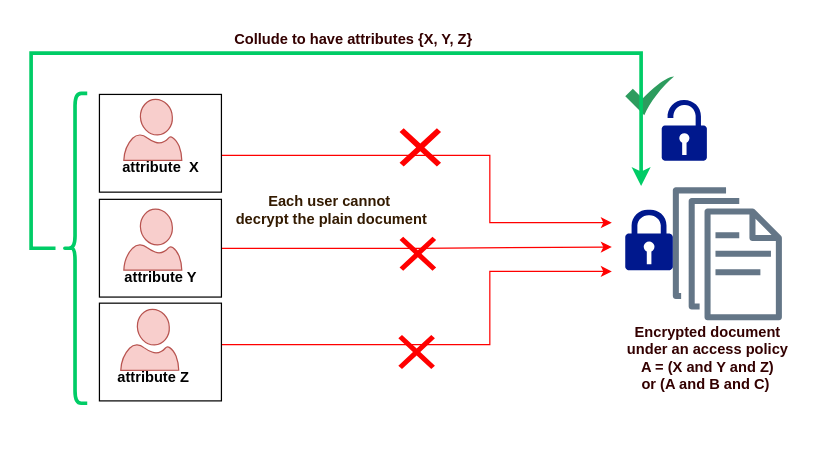
huyle84/diagrams keeps this draw.io diagram as AttackABE.drawio. Above is the earlier version. Source tidied: cells renumbered, new cells numbered last; positions are measured from the earlier drawing's top-left corner, leaving out a move shared by most shapes. Both pictures are drawn from the tidied source at 122%, with x=0, y=0 at pixel (30, 21).
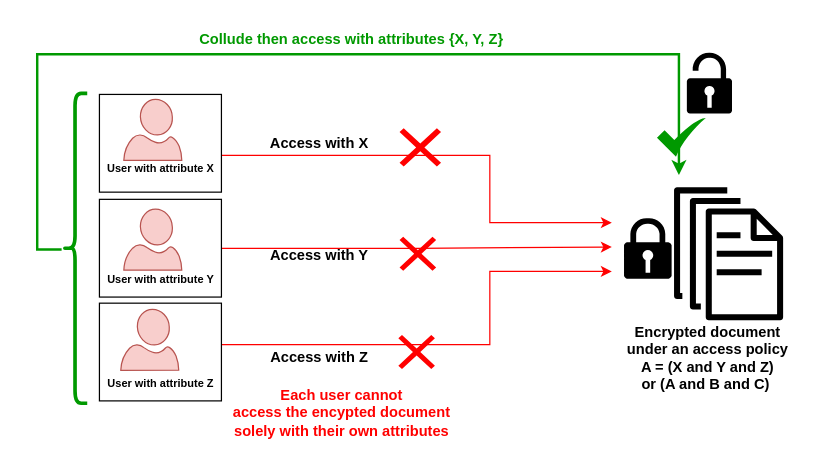
The same diagram, later.

Change to the diagram source:
```diff
@@
-    <mxCell id="11" style="sketch=0;dashed=0;verticalLabelPosition=bottom;verticalAlign=top;align=center;html=1;fontSize=12;fontStyle=0;shape=mxgraph.aws4.documents;fillColor=#647687;strokeColor=#314354;fontColor=#ffffff;" parent="1" vertex="1">
-      <mxGeometry x="526" y="136" width="89.4" height="109" as="geometry" />
+    <mxCell id="11" style="sketch=0;dashed=0;verticalLabelPosition=bottom;verticalAlign=top;align=center;html=1;fontSize=12;fontStyle=0;shape=mxgraph.aws4.documents;fillColor=#000000;strokeColor=#330000;fontColor=#ffffff;" parent="1" vertex="1">
+      <mxGeometry x="527" y="136" width="89.4" height="109" as="geometry" />
     </mxCell>
-    <mxCell id="12" value="&lt;b&gt;&lt;font style=&quot;color: rgb(51, 0, 0);&quot;&gt;Encrypted document&amp;nbsp;&lt;/font&gt;&lt;/b&gt;&lt;div&gt;&lt;b&gt;&lt;font style=&quot;color: rgb(51, 0, 0);&quot;&gt;under an access policy&amp;nbsp;&lt;/font&gt;&lt;/b&gt;&lt;div&gt;&lt;b&gt;&lt;font style=&quot;color: rgb(51, 0, 0);&quot;&gt;A = (X and Y and Z)&amp;nbsp;&lt;/font&gt;&lt;/b&gt;&lt;/div&gt;&lt;div&gt;&lt;b&gt;&lt;font style=&quot;color: rgb(51, 0, 0);&quot;&gt;or (A and B and C) &amp;nbsp;&lt;/font&gt;&lt;/b&gt;&lt;/div&gt;&lt;/div&gt;" style="text;html=1;align=center;verticalAlign=middle;strokeColor=none;fillColor=none;" parent="1" vertex="1">
+    <mxCell id="12" value="&lt;b&gt;&lt;font style=&quot;color: rgb(0, 0, 0);&quot;&gt;Encrypted document&amp;nbsp;&lt;/font&gt;&lt;/b&gt;&lt;div&gt;&lt;b&gt;&lt;font style=&quot;color: rgb(0, 0, 0);&quot;&gt;under an access policy&amp;nbsp;&lt;/font&gt;&lt;/b&gt;&lt;div&gt;&lt;b&gt;&lt;font style=&quot;color: rgb(0, 0, 0);&quot;&gt;A = (X and Y and Z)&amp;nbsp;&lt;/font&gt;&lt;/b&gt;&lt;/div&gt;&lt;div&gt;&lt;b&gt;&lt;font style=&quot;color: rgb(0, 0, 0);&quot;&gt;or (A and B and C) &amp;nbsp;&lt;/font&gt;&lt;/b&gt;&lt;/div&gt;&lt;/div&gt;" style="text;html=1;align=center;verticalAlign=middle;strokeColor=none;fillColor=none;" parent="1" vertex="1">
       <mxGeometry x="476" y="241.1" width="160" height="70" as="geometry" />
     </mxCell>
-    <mxCell id="13" value="attribute &amp;nbsp;X" style="text;html=1;align=center;verticalAlign=middle;strokeColor=none;fillColor=none;fontStyle=1;" parent="1" vertex="1">
-      <mxGeometry x="66" y="105" width="80" height="30" as="geometry" />
+    <mxCell id="13" value="&lt;span style=&quot;color: rgb(0, 0, 0);&quot;&gt;&lt;font style=&quot;font-size: 9px;&quot;&gt;User with attribute&amp;nbsp;&lt;/font&gt;&lt;span style=&quot;font-size: 9px;&quot;&gt;X&lt;/span&gt;&lt;/span&gt;" style="text;html=1;align=center;verticalAlign=middle;strokeColor=none;fillColor=none;fontStyle=1;" parent="1" vertex="1">
+      <mxGeometry x="56" y="105" width="100" height="30" as="geometry" />
     </mxCell>
-    <mxCell id="14" value="attribute Y" style="text;html=1;align=center;verticalAlign=middle;strokeColor=none;fillColor=none;fontStyle=1;" parent="1" vertex="1">
-      <mxGeometry x="66" y="195" width="80" height="30" as="geometry" />
-    </mxCell>
-    <mxCell id="15" value="attribute Z" style="text;html=1;align=center;verticalAlign=middle;strokeColor=none;fillColor=none;fontStyle=1;" parent="1" vertex="1">
-      <mxGeometry x="59.8" y="276.9" width="80" height="30" as="geometry" />
-    </mxCell>
@@
-    <mxCell id="17" style="sketch=0;html=1;strokeColor=none;shadow=0;align=center;fillColor=#2D9C5E;verticalAlign=top;labelPosition=center;verticalLabelPosition=bottom;shape=mxgraph.gcp2.check;" parent="1" vertex="1">
-      <mxGeometry x="487" y="45" width="40" height="32" as="geometry" />
+    <mxCell id="17" style="sketch=0;html=1;strokeColor=none;shadow=0;align=center;fillColor=#009900;verticalAlign=top;labelPosition=center;verticalLabelPosition=bottom;shape=mxgraph.gcp2.check;" parent="1" vertex="1">
+      <mxGeometry x="513" y="79" width="40" height="32" as="geometry" />
     </mxCell>
@@
-    <mxCell id="20" style="edgeStyle=orthogonalEdgeStyle;rounded=0;orthogonalLoop=1;jettySize=auto;html=1;strokeWidth=3;strokeColor=#00CC66;" parent="1" edge="1">
+    <mxCell id="20" style="edgeStyle=orthogonalEdgeStyle;rounded=0;orthogonalLoop=1;jettySize=auto;html=1;strokeWidth=2;strokeColor=#009900;" parent="1" edge="1">
       <mxGeometry relative="1" as="geometry">
-        <mxPoint x="20" y="186" as="sourcePoint" />
-        <mxPoint x="500" y="135" as="targetPoint" />
+        <mxPoint x="25" y="187" as="sourcePoint" />
+        <mxPoint x="531" y="126" as="targetPoint" />
         <Array as="points">
-          <mxPoint y="186" />
-          <mxPoint y="26" />
+          <mxPoint x="5" y="187" />
+          <mxPoint x="5" y="27" />
         </Array>
       </mxGeometry>
     </mxCell>
-    <mxCell id="21" style="shape=curlyBracket;whiteSpace=wrap;html=1;rounded=1;labelPosition=left;verticalLabelPosition=middle;align=right;verticalAlign=middle;strokeWidth=3;strokeColor=#00CC66;" parent="1" vertex="1">
+    <mxCell id="21" style="shape=curlyBracket;whiteSpace=wrap;html=1;rounded=1;labelPosition=left;verticalLabelPosition=middle;align=right;verticalAlign=middle;strokeWidth=3;strokeColor=#009900;" parent="1" vertex="1">
       <mxGeometry x="26" y="59" width="20" height="254" as="geometry" />
     </mxCell>
-    <mxCell id="22" value="&lt;font&gt;&lt;span style=&quot;caret-color: rgb(162, 0, 37); color: rgb(51, 26, 0);&quot;&gt;&lt;b&gt;Each user cannot&amp;nbsp;&lt;/b&gt;&lt;/span&gt;&lt;/font&gt;&lt;div&gt;&lt;font&gt;&lt;span style=&quot;caret-color: rgb(162, 0, 37); color: rgb(51, 26, 0);&quot;&gt;&lt;b&gt;decrypt the plain document&lt;/b&gt;&lt;/span&gt;&lt;/font&gt;&lt;/div&gt;" style="text;html=1;align=center;verticalAlign=middle;strokeColor=none;fillColor=none;" parent="1" vertex="1">
-      <mxGeometry x="156" y="135" width="180" height="40" as="geometry" />
+    <mxCell id="22" value="&lt;font&gt;&lt;span style=&quot;caret-color: rgb(162, 0, 37); color: rgb(255, 0, 0);&quot;&gt;&lt;b&gt;Each user cannot&amp;nbsp;&lt;/b&gt;&lt;/span&gt;&lt;/font&gt;&lt;div&gt;&lt;font&gt;&lt;span style=&quot;caret-color: rgb(162, 0, 37); color: rgb(255, 0, 0);&quot;&gt;&lt;b&gt;access the encypted document&amp;nbsp;&lt;/b&gt;&lt;/span&gt;&lt;/font&gt;&lt;/div&gt;&lt;div&gt;&lt;span style=&quot;color: rgb(255, 0, 0);&quot;&gt;&lt;font&gt;&lt;span style=&quot;caret-color: rgb(162, 0, 37);&quot;&gt;&lt;b&gt;solely&amp;nbsp;&lt;/b&gt;&lt;/span&gt;&lt;/font&gt;&lt;b style=&quot;caret-color: rgb(162, 0, 37);&quot;&gt;with their own attributes&amp;nbsp;&lt;/b&gt;&lt;/span&gt;&lt;/div&gt;" style="text;html=1;align=center;verticalAlign=middle;strokeColor=none;fillColor=none;" parent="1" vertex="1">
+      <mxGeometry x="156" y="291.1" width="200" height="60" as="geometry" />
     </mxCell>
-    <mxCell id="23" style="sketch=0;shadow=0;dashed=0;html=1;strokeColor=none;labelPosition=center;verticalLabelPosition=bottom;verticalAlign=top;align=center;fillColor=#00188D;shape=mxgraph.mscae.enterprise.lock;" parent="1" vertex="1">
-      <mxGeometry x="487" y="154" width="39" height="50" as="geometry" />
+    <mxCell id="23" style="sketch=0;shadow=0;dashed=0;html=1;strokeColor=none;labelPosition=center;verticalLabelPosition=bottom;verticalAlign=top;align=center;fillColor=#000000;shape=mxgraph.mscae.enterprise.lock;" parent="1" vertex="1">
+      <mxGeometry x="486" y="161" width="39" height="50" as="geometry" />
     </mxCell>
-    <mxCell id="24" style="sketch=0;shadow=0;dashed=0;html=1;strokeColor=none;labelPosition=center;verticalLabelPosition=bottom;verticalAlign=top;align=center;fillColor=#00188D;shape=mxgraph.mscae.enterprise.lock_unlocked;" parent="1" vertex="1">
-      <mxGeometry x="516.9" y="64.3" width="37" height="50" as="geometry" />
+    <mxCell id="24" style="sketch=0;shadow=0;dashed=0;html=1;strokeColor=none;labelPosition=center;verticalLabelPosition=bottom;verticalAlign=top;align=center;fillColor=#000000;shape=mxgraph.mscae.enterprise.lock_unlocked;" parent="1" vertex="1">
+      <mxGeometry x="537.5" y="25.6" width="37" height="50" as="geometry" />
     </mxCell>
-    <mxCell id="25" value="&lt;font&gt;&lt;span style=&quot;caret-color: rgb(162, 0, 37); color: rgb(51, 0, 0);&quot;&gt;&lt;b&gt;Collude to have attributes {X, Y, Z}&lt;/b&gt;&lt;/span&gt;&lt;/font&gt;" style="text;html=1;align=center;verticalAlign=middle;strokeColor=none;fillColor=none;" parent="1" vertex="1">
-      <mxGeometry x="153.5" width="220" height="30" as="geometry" />
+    <mxCell id="25" value="&lt;span style=&quot;color: rgb(0, 153, 0);&quot;&gt;&lt;font&gt;&lt;span style=&quot;caret-color: rgb(162, 0, 37);&quot;&gt;&lt;b&gt;Collude then access with&amp;nbsp;&lt;/b&gt;&lt;b style=&quot;caret-color: rgb(162, 0, 37);&quot;&gt;attributes {X, Y, Z}&lt;/b&gt;&lt;b&gt;&amp;nbsp;&lt;/b&gt;&lt;/span&gt;&lt;/font&gt;&lt;/span&gt;" style="text;html=1;align=center;verticalAlign=middle;strokeColor=none;fillColor=none;" parent="1" vertex="1">
+      <mxGeometry x="123.5" width="280" height="30" as="geometry" />
     </mxCell>
+    <mxCell id="26" value="&lt;font&gt;&lt;span style=&quot;caret-color: rgb(162, 0, 37); color: rgb(0, 0, 0);&quot;&gt;&lt;b&gt;Access with X&lt;/b&gt;&lt;/span&gt;&lt;/font&gt;" style="text;html=1;align=center;verticalAlign=middle;strokeColor=none;fillColor=none;" parent="1" vertex="1">
+      <mxGeometry x="186" y="85" width="100" height="30" as="geometry" />
+    </mxCell>
+    <mxCell id="27" value="&lt;font&gt;&lt;span style=&quot;caret-color: rgb(162, 0, 37); color: rgb(0, 0, 0);&quot;&gt;&lt;b&gt;Access with Y&lt;/b&gt;&lt;/span&gt;&lt;/font&gt;" style="text;html=1;align=center;verticalAlign=middle;strokeColor=none;fillColor=none;" parent="1" vertex="1">
+      <mxGeometry x="186" y="176.5" width="100" height="30" as="geometry" />
+    </mxCell>
+    <mxCell id="28" value="&lt;font&gt;&lt;span style=&quot;caret-color: rgb(162, 0, 37); color: rgb(0, 0, 0);&quot;&gt;&lt;b&gt;Access with Z&lt;/b&gt;&lt;/span&gt;&lt;/font&gt;" style="text;html=1;align=center;verticalAlign=middle;strokeColor=none;fillColor=none;" parent="1" vertex="1">
+      <mxGeometry x="186" y="261.1" width="100" height="30" as="geometry" />
+    </mxCell>
+    <mxCell id="29" value="&lt;font style=&quot;font-size: 9px; color: rgb(0, 0, 0);&quot;&gt;User with attribute Y&lt;/font&gt;" style="text;html=1;align=center;verticalAlign=middle;strokeColor=none;fillColor=none;fontStyle=1;" parent="1" vertex="1">
+      <mxGeometry x="56" y="196" width="100" height="30" as="geometry" />
+    </mxCell>
+    <mxCell id="30" value="&lt;font style=&quot;font-size: 9px; color: rgb(0, 0, 0);&quot;&gt;User with attribute Z&lt;/font&gt;" style="text;html=1;align=center;verticalAlign=middle;strokeColor=none;fillColor=none;fontStyle=1;" parent="1" vertex="1">
+      <mxGeometry x="56" y="281.1" width="100" height="30" as="geometry" />
+    </mxCell>
```
